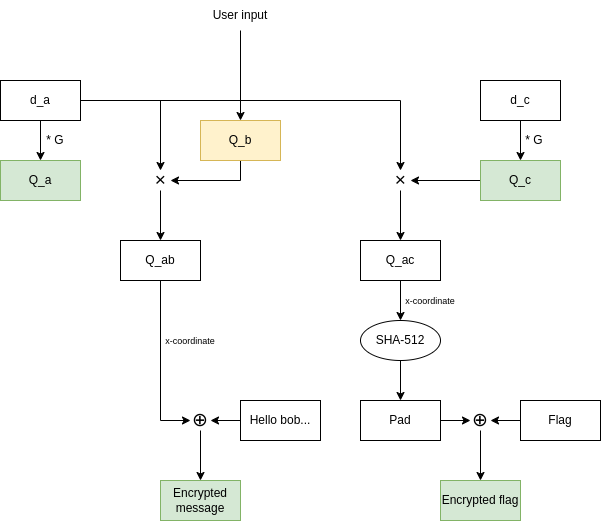
Earlier version of the draw.io export abc.png (aodenis/37c3-writeups). Source tidied: cells renumbered, new cells last; positions are measured from the earlier drawing's top-left corner, leaving out a move shared by most shapes.
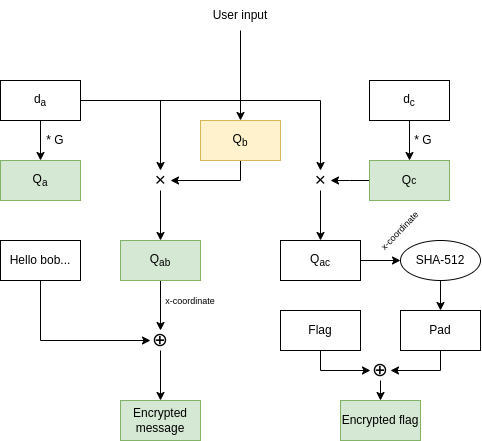
Above is the later version.

Diff of the diagram source:
```diff
@@ -2,65 +2,139 @@
   <root>
     <mxCell id="0" />
     <mxCell id="1" parent="0" />
+    <mxCell id="41" style="rounded=0;whiteSpace=wrap;html=1;strokeColor=none;" parent="1" vertex="1">
+      <mxGeometry x="200" width="80" height="30" as="geometry" />
+    </mxCell>
+    <mxCell id="42" style="rounded=0;whiteSpace=wrap;html=1;strokeColor=none;" parent="1" vertex="1">
+      <mxGeometry x="40" y="130" width="40" height="20" as="geometry" />
+    </mxCell>
+    <mxCell id="43" style="rounded=0;whiteSpace=wrap;html=1;strokeColor=none;" parent="1" vertex="1">
+      <mxGeometry x="360" y="250" width="40" height="20" as="geometry" />
+    </mxCell>
+    <mxCell id="44" style="rounded=0;whiteSpace=wrap;html=1;strokeColor=none;" parent="1" vertex="1">
+      <mxGeometry x="150" y="90" width="20" height="320" as="geometry" />
+    </mxCell>
+    <mxCell id="45" style="rounded=0;whiteSpace=wrap;html=1;strokeColor=none;" parent="1" vertex="1">
+      <mxGeometry x="30" y="330" width="140" height="20" as="geometry" />
+    </mxCell>
+    <mxCell id="46" style="rounded=0;whiteSpace=wrap;html=1;strokeColor=none;" parent="1" vertex="1">
+      <mxGeometry x="30" y="280" width="20" height="70" as="geometry" />
+    </mxCell>
+    <mxCell id="47" style="rounded=0;whiteSpace=wrap;html=1;strokeColor=none;" parent="1" vertex="1">
+      <mxGeometry x="30" y="120" width="20" height="40" as="geometry" />
+    </mxCell>
+    <mxCell id="48" style="rounded=0;whiteSpace=wrap;html=1;strokeColor=none;" parent="1" vertex="1">
+      <mxGeometry x="80" y="90" width="240" height="20" as="geometry" />
+    </mxCell>
+    <mxCell id="49" style="rounded=0;whiteSpace=wrap;html=1;strokeColor=none;" parent="1" vertex="1">
+      <mxGeometry x="310" y="90" width="20" height="150" as="geometry" />
+    </mxCell>
+    <mxCell id="50" style="rounded=0;whiteSpace=wrap;html=1;strokeColor=none;" parent="1" vertex="1">
+      <mxGeometry x="310" y="170" width="59" height="20" as="geometry" />
+    </mxCell>
+    <mxCell id="51" style="rounded=0;whiteSpace=wrap;html=1;strokeColor=none;" parent="1" vertex="1">
+      <mxGeometry x="310" y="360" width="140" height="20" as="geometry" />
+    </mxCell>
+    <mxCell id="52" style="rounded=0;whiteSpace=wrap;html=1;strokeColor=none;" parent="1" vertex="1">
+      <mxGeometry x="311" y="350" width="19" height="30" as="geometry" />
+    </mxCell>
+    <mxCell id="53" style="rounded=0;whiteSpace=wrap;html=1;strokeColor=none;" parent="1" vertex="1">
+      <mxGeometry x="429" y="350" width="19" height="30" as="geometry" />
+    </mxCell>
+    <mxCell id="54" style="rounded=0;whiteSpace=wrap;html=1;strokeColor=none;" parent="1" vertex="1">
+      <mxGeometry x="371" y="370" width="19" height="30" as="geometry" />
+    </mxCell>
+    <mxCell id="55" style="rounded=0;whiteSpace=wrap;html=1;strokeColor=none;" parent="1" vertex="1">
+      <mxGeometry x="429" y="280" width="19" height="30" as="geometry" />
+    </mxCell>
+    <mxCell id="56" style="rounded=0;whiteSpace=wrap;html=1;strokeColor=none;" parent="1" vertex="1">
+      <mxGeometry x="400" y="120" width="20" height="40" as="geometry" />
+    </mxCell>
+    <mxCell id="57" style="rounded=0;whiteSpace=wrap;html=1;strokeColor=none;" parent="1" vertex="1">
+      <mxGeometry x="420" y="130" width="20" height="20" as="geometry" />
+    </mxCell>
+    <mxCell id="58" style="rounded=0;whiteSpace=wrap;html=1;strokeColor=none;" parent="1" vertex="1">
+      <mxGeometry x="150" y="170" width="100" height="20" as="geometry" />
+    </mxCell>
+    <mxCell id="59" style="rounded=0;whiteSpace=wrap;html=1;strokeColor=none;" parent="1" vertex="1">
+      <mxGeometry x="230" y="160" width="20" height="20" as="geometry" />
+    </mxCell>
+    <mxCell id="60" style="rounded=0;whiteSpace=wrap;html=1;strokeColor=none;" parent="1" vertex="1">
+      <mxGeometry x="230" y="30" width="20" height="90" as="geometry" />
+    </mxCell>
+    <mxCell id="61" style="rounded=0;whiteSpace=wrap;html=1;strokeColor=none;" parent="1" vertex="1">
+      <mxGeometry x="160" y="290" width="60" height="20" as="geometry" />
+    </mxCell>
+    <mxCell id="62" style="rounded=0;whiteSpace=wrap;html=1;strokeColor=none;rotation=319;" parent="1" vertex="1">
+      <mxGeometry x="371" y="220" width="60" height="20" as="geometry" />
+    </mxCell>
+    <mxCell id="63" style="rounded=0;whiteSpace=wrap;html=1;strokeColor=none;" parent="1" vertex="1">
+      <mxGeometry x="230" y="30" width="20" height="100" as="geometry" />
+    </mxCell>
     <mxCell id="2" style="edgeStyle=orthogonalEdgeStyle;rounded=0;jettySize=auto;html=1;" parent="1" edge="1" source="4" target="7">
       <mxGeometry relative="1" as="geometry" />
     </mxCell>
     <mxCell id="3" style="edgeStyle=orthogonalEdgeStyle;rounded=0;jettySize=auto;html=1;entryX=0.5;entryY=0;entryDx=0;entryDy=0;" parent="1" edge="1" source="4" target="24">
       <mxGeometry relative="1" as="geometry" />
     </mxCell>
-    <mxCell id="4" value="d_a" style="rounded=0;whiteSpace=wrap;html=1;" parent="1" vertex="1">
+    <mxCell id="4" value="d&lt;sub&gt;a&lt;/sub&gt;" style="rounded=0;whiteSpace=wrap;html=1;" parent="1" vertex="1">
       <mxGeometry y="80" width="80" height="40" as="geometry" />
     </mxCell>
     <mxCell id="5" style="edgeStyle=orthogonalEdgeStyle;rounded=0;jettySize=auto;html=1;" parent="1" edge="1" source="6" target="9">
       <mxGeometry relative="1" as="geometry" />
     </mxCell>
-    <mxCell id="6" value="d_c" style="rounded=0;whiteSpace=wrap;html=1;" parent="1" vertex="1">
-      <mxGeometry x="480" y="80" width="80" height="40" as="geometry" />
+    <mxCell id="6" value="d&lt;sub&gt;c&lt;/sub&gt;" style="rounded=0;whiteSpace=wrap;html=1;" parent="1" vertex="1">
+      <mxGeometry x="369" y="80" width="80" height="40" as="geometry" />
     </mxCell>
-    <mxCell id="7" value="Q_a" style="rounded=0;whiteSpace=wrap;html=1;fillColor=#d5e8d4;strokeColor=#82b366;" parent="1" vertex="1">
+    <mxCell id="7" value="Q&lt;sub&gt;a&lt;/sub&gt;" style="rounded=0;whiteSpace=wrap;html=1;fillColor=#d5e8d4;strokeColor=#82b366;" parent="1" vertex="1">
       <mxGeometry y="160" width="80" height="40" as="geometry" />
     </mxCell>
     <mxCell id="8" style="edgeStyle=orthogonalEdgeStyle;rounded=0;jettySize=auto;html=1;" parent="1" edge="1" source="9" target="24">
       <mxGeometry relative="1" as="geometry" />
     </mxCell>
-    <mxCell id="9" value="Q_c" style="rounded=0;whiteSpace=wrap;html=1;fillColor=#d5e8d4;strokeColor=#82b366;" parent="1" vertex="1">
-      <mxGeometry x="480" y="160" width="80" height="40" as="geometry" />
+    <mxCell id="9" value="Q&lt;span style=&quot;font-size: 10px;&quot;&gt;c&lt;/span&gt;" style="rounded=0;whiteSpace=wrap;html=1;fillColor=#d5e8d4;strokeColor=#82b366;" parent="1" vertex="1">
+      <mxGeometry x="369" y="160" width="80" height="40" as="geometry" />
     </mxCell>
     <mxCell id="10" style="edgeStyle=orthogonalEdgeStyle;rounded=0;jettySize=auto;html=1;" parent="1" edge="1" source="11" target="18">
       <mxGeometry relative="1" as="geometry" />
     </mxCell>
-    <mxCell id="11" value="Q_ac" style="rounded=0;whiteSpace=wrap;html=1;" parent="1" vertex="1">
-      <mxGeometry x="360" y="240" width="80" height="40" as="geometry" />
+    <mxCell id="11" value="Q&lt;sub&gt;ac&lt;/sub&gt;" style="rounded=0;whiteSpace=wrap;html=1;" parent="1" vertex="1">
+      <mxGeometry x="280" y="240" width="80" height="40" as="geometry" />
     </mxCell>
     <mxCell id="12" value="Encrypted flag" style="rounded=0;whiteSpace=wrap;html=1;fillColor=#d5e8d4;strokeColor=#82b366;" parent="1" vertex="1">
-      <mxGeometry x="440" y="480" width="80" height="40" as="geometry" />
+      <mxGeometry x="340" y="400" width="80" height="40" as="geometry" />
     </mxCell>
-    <mxCell id="13" style="edgeStyle=orthogonalEdgeStyle;rounded=0;jettySize=auto;html=1;" parent="1" edge="1" source="14" target="20">
+    <mxCell id="13" style="edgeStyle=orthogonalEdgeStyle;rounded=0;jettySize=auto;html=1;entryX=0;entryY=0.5;entryDx=0;entryDy=0;exitX=0.5;exitY=1;exitDx=0;exitDy=0;" parent="1" edge="1" source="14" target="20">
       <mxGeometry relative="1" as="geometry" />
     </mxCell>
     <mxCell id="14" value="Flag" style="rounded=0;whiteSpace=wrap;html=1;" parent="1" vertex="1">
-      <mxGeometry x="520" y="400" width="80" height="40" as="geometry" />
+      <mxGeometry x="280" y="310" width="80" height="40" as="geometry" />
     </mxCell>
-    <mxCell id="15" style="edgeStyle=orthogonalEdgeStyle;rounded=0;jettySize=auto;html=1;" parent="1" edge="1" source="16" target="20">
+    <mxCell id="15" style="edgeStyle=orthogonalEdgeStyle;rounded=0;jettySize=auto;html=1;entryX=1;entryY=0.5;entryDx=0;entryDy=0;exitX=0.5;exitY=1;exitDx=0;exitDy=0;" parent="1" edge="1" source="16" target="20">
       <mxGeometry relative="1" as="geometry" />
     </mxCell>
     <mxCell id="16" value="Pad" style="rounded=0;whiteSpace=wrap;html=1;" parent="1" vertex="1">
-      <mxGeometry x="360" y="400" width="80" height="40" as="geometry" />
+      <mxGeometry x="400" y="310" width="80" height="40" as="geometry" />
     </mxCell>
     <mxCell id="17" style="edgeStyle=orthogonalEdgeStyle;rounded=0;jettySize=auto;html=1;" parent="1" edge="1" source="18" target="16">
       <mxGeometry relative="1" as="geometry" />
     </mxCell>
     <mxCell id="18" value="SHA-512" style="ellipse;whiteSpace=wrap;html=1;" parent="1" vertex="1">
-      <mxGeometry x="360" y="320" width="80" height="40" as="geometry" />
+      <mxGeometry x="400" y="240" width="80" height="40" as="geometry" />
     </mxCell>
     <mxCell id="19" style="edgeStyle=orthogonalEdgeStyle;rounded=0;jettySize=auto;html=1;" parent="1" edge="1" source="20" target="12">
-      <mxGeometry relative="1" as="geometry" />
+      <mxGeometry relative="1" as="geometry">
+        <Array as="points">
+          <mxPoint x="390" y="430" />
+          <mxPoint x="390" y="430" />
+        </Array>
+      </mxGeometry>
     </mxCell>
     <mxCell id="20" value="&lt;font style=&quot;font-size: 19px;&quot;&gt;⊕&lt;/font&gt;" style="text;html=1;strokeColor=none;fillColor=none;align=center;verticalAlign=middle;whiteSpace=wrap;rounded=0;" parent="1" vertex="1">
-      <mxGeometry x="470" y="410" width="20" height="20" as="geometry" />
+      <mxGeometry x="370" y="360" width="20" height="20" as="geometry" />
     </mxCell>
     <mxCell id="21" value="* G" style="text;html=1;strokeColor=none;fillColor=none;align=center;verticalAlign=middle;whiteSpace=wrap;rounded=0;" parent="1" vertex="1">
-      <mxGeometry x="519" y="120" width="30" height="40" as="geometry" />
+      <mxGeometry x="408" y="120" width="30" height="40" as="geometry" />
     </mxCell>
     <mxCell id="22" value="* G" style="text;html=1;strokeColor=none;fillColor=none;align=center;verticalAlign=middle;whiteSpace=wrap;rounded=0;" parent="1" vertex="1">
       <mxGeometry x="40" y="120" width="30" height="40" as="geometry" />
@@ -69,12 +143,12 @@
       <mxGeometry relative="1" as="geometry" />
     </mxCell>
     <mxCell id="24" value="&lt;i style=&quot;border-color: var(--border-color); text-align: left;&quot;&gt;&lt;font style=&quot;font-size: 19px;&quot;&gt;×&lt;/font&gt;&lt;/i&gt;" style="text;html=1;strokeColor=none;fillColor=none;align=center;verticalAlign=middle;whiteSpace=wrap;rounded=0;" parent="1" vertex="1">
-      <mxGeometry x="390" y="170" width="20" height="20" as="geometry" />
+      <mxGeometry x="310" y="170" width="20" height="20" as="geometry" />
     </mxCell>
     <mxCell id="25" style="edgeStyle=orthogonalEdgeStyle;rounded=0;jettySize=auto;html=1;entryX=1;entryY=0.5;entryDx=0;entryDy=0;exitX=0.5;exitY=1;exitDx=0;exitDy=0;" parent="1" edge="1" source="26" target="33">
       <mxGeometry relative="1" as="geometry" />
     </mxCell>
-    <mxCell id="26" value="Q_b" style="rounded=0;whiteSpace=wrap;html=1;fillColor=#fff2cc;strokeColor=#d6b656;" parent="1" vertex="1">
+    <mxCell id="26" value="Q&lt;sub&gt;b&lt;/sub&gt;" style="rounded=0;whiteSpace=wrap;html=1;fillColor=#fff2cc;strokeColor=#d6b656;" parent="1" vertex="1">
       <mxGeometry x="200" y="120" width="80" height="40" as="geometry" />
     </mxCell>
     <mxCell id="27" style="edgeStyle=orthogonalEdgeStyle;rounded=0;jettySize=auto;html=1;" parent="1" edge="1" source="28" target="26">
@@ -83,10 +157,10 @@
     <mxCell id="28" value="User input" style="text;html=1;strokeColor=none;fillColor=none;align=center;verticalAlign=middle;whiteSpace=wrap;rounded=0;" parent="1" vertex="1">
       <mxGeometry x="210" width="60" height="30" as="geometry" />
     </mxCell>
-    <mxCell id="29" style="edgeStyle=orthogonalEdgeStyle;rounded=0;jettySize=auto;html=1;entryX=0;entryY=0.5;entryDx=0;entryDy=0;" parent="1" edge="1" source="30" target="38">
+    <mxCell id="29" style="edgeStyle=orthogonalEdgeStyle;rounded=0;jettySize=auto;html=1;entryX=0.5;entryY=0;entryDx=0;entryDy=0;" parent="1" edge="1" source="30" target="38">
       <mxGeometry relative="1" as="geometry" />
     </mxCell>
-    <mxCell id="30" value="Q_ab" style="rounded=0;whiteSpace=wrap;html=1;" parent="1" vertex="1">
+    <mxCell id="30" value="Q&lt;sub&gt;ab&lt;/sub&gt;" style="rounded=0;whiteSpace=wrap;html=1;fillColor=#d5e8d4;strokeColor=#82b366;" parent="1" vertex="1">
       <mxGeometry x="120" y="240" width="80" height="40" as="geometry" />
     </mxCell>
     <mxCell id="31" style="edgeStyle=orthogonalEdgeStyle;rounded=0;jettySize=auto;html=1;" parent="1" edge="1" source="4" target="33">
@@ -99,25 +173,25 @@
       <mxGeometry x="150" y="170" width="20" height="20" as="geometry" />
     </mxCell>
     <mxCell id="34" value="Encrypted message" style="rounded=0;whiteSpace=wrap;html=1;fillColor=#d5e8d4;strokeColor=#82b366;" parent="1" vertex="1">
-      <mxGeometry x="160" y="480" width="80" height="40" as="geometry" />
+      <mxGeometry x="120" y="400" width="80" height="40" as="geometry" />
     </mxCell>
-    <mxCell id="35" style="edgeStyle=orthogonalEdgeStyle;rounded=0;jettySize=auto;html=1;" parent="1" edge="1" source="36" target="38">
+    <mxCell id="35" style="edgeStyle=orthogonalEdgeStyle;rounded=0;jettySize=auto;html=1;entryX=0;entryY=0.5;entryDx=0;entryDy=0;exitX=0.5;exitY=1;exitDx=0;exitDy=0;" parent="1" edge="1" source="36" target="38">
       <mxGeometry relative="1" as="geometry" />
     </mxCell>
     <mxCell id="36" value="Hello bob..." style="rounded=0;whiteSpace=wrap;html=1;" parent="1" vertex="1">
-      <mxGeometry x="240" y="400" width="80" height="40" as="geometry" />
+      <mxGeometry y="240" width="80" height="40" as="geometry" />
     </mxCell>
     <mxCell id="37" style="edgeStyle=orthogonalEdgeStyle;rounded=0;jettySize=auto;html=1;" parent="1" edge="1" source="38" target="34">
       <mxGeometry relative="1" as="geometry" />
     </mxCell>
     <mxCell id="38" value="&lt;font style=&quot;font-size: 19px;&quot;&gt;⊕&lt;/font&gt;" style="text;html=1;strokeColor=none;fillColor=none;align=center;verticalAlign=middle;whiteSpace=wrap;rounded=0;" parent="1" vertex="1">
-      <mxGeometry x="190" y="410" width="20" height="20" as="geometry" />
+      <mxGeometry x="150" y="330" width="20" height="20" as="geometry" />
     </mxCell>
     <mxCell id="39" value="&lt;font style=&quot;font-size: 9px;&quot;&gt;x-coordinate&lt;/font&gt;" style="text;html=1;strokeColor=none;fillColor=none;align=center;verticalAlign=middle;whiteSpace=wrap;rounded=0;" parent="1" vertex="1">
-      <mxGeometry x="150" y="320" width="80" height="40" as="geometry" />
+      <mxGeometry x="150" y="280" width="80" height="40" as="geometry" />
     </mxCell>
-    <mxCell id="40" value="&lt;font style=&quot;font-size: 9px;&quot;&gt;x-coordinate&lt;/font&gt;" style="text;html=1;strokeColor=none;fillColor=none;align=center;verticalAlign=middle;whiteSpace=wrap;rounded=0;" parent="1" vertex="1">
-      <mxGeometry x="400" y="280" width="60" height="40" as="geometry" />
+    <mxCell id="40" value="&lt;font style=&quot;font-size: 9px;&quot;&gt;x-coordinate&lt;/font&gt;" style="text;html=1;strokeColor=none;fillColor=none;align=center;verticalAlign=middle;whiteSpace=wrap;rounded=0;rotation=314;" parent="1" vertex="1">
+      <mxGeometry x="369" y="210" width="60" height="40" as="geometry" />
     </mxCell>
   </root>
 </mxGraphModel>
```
